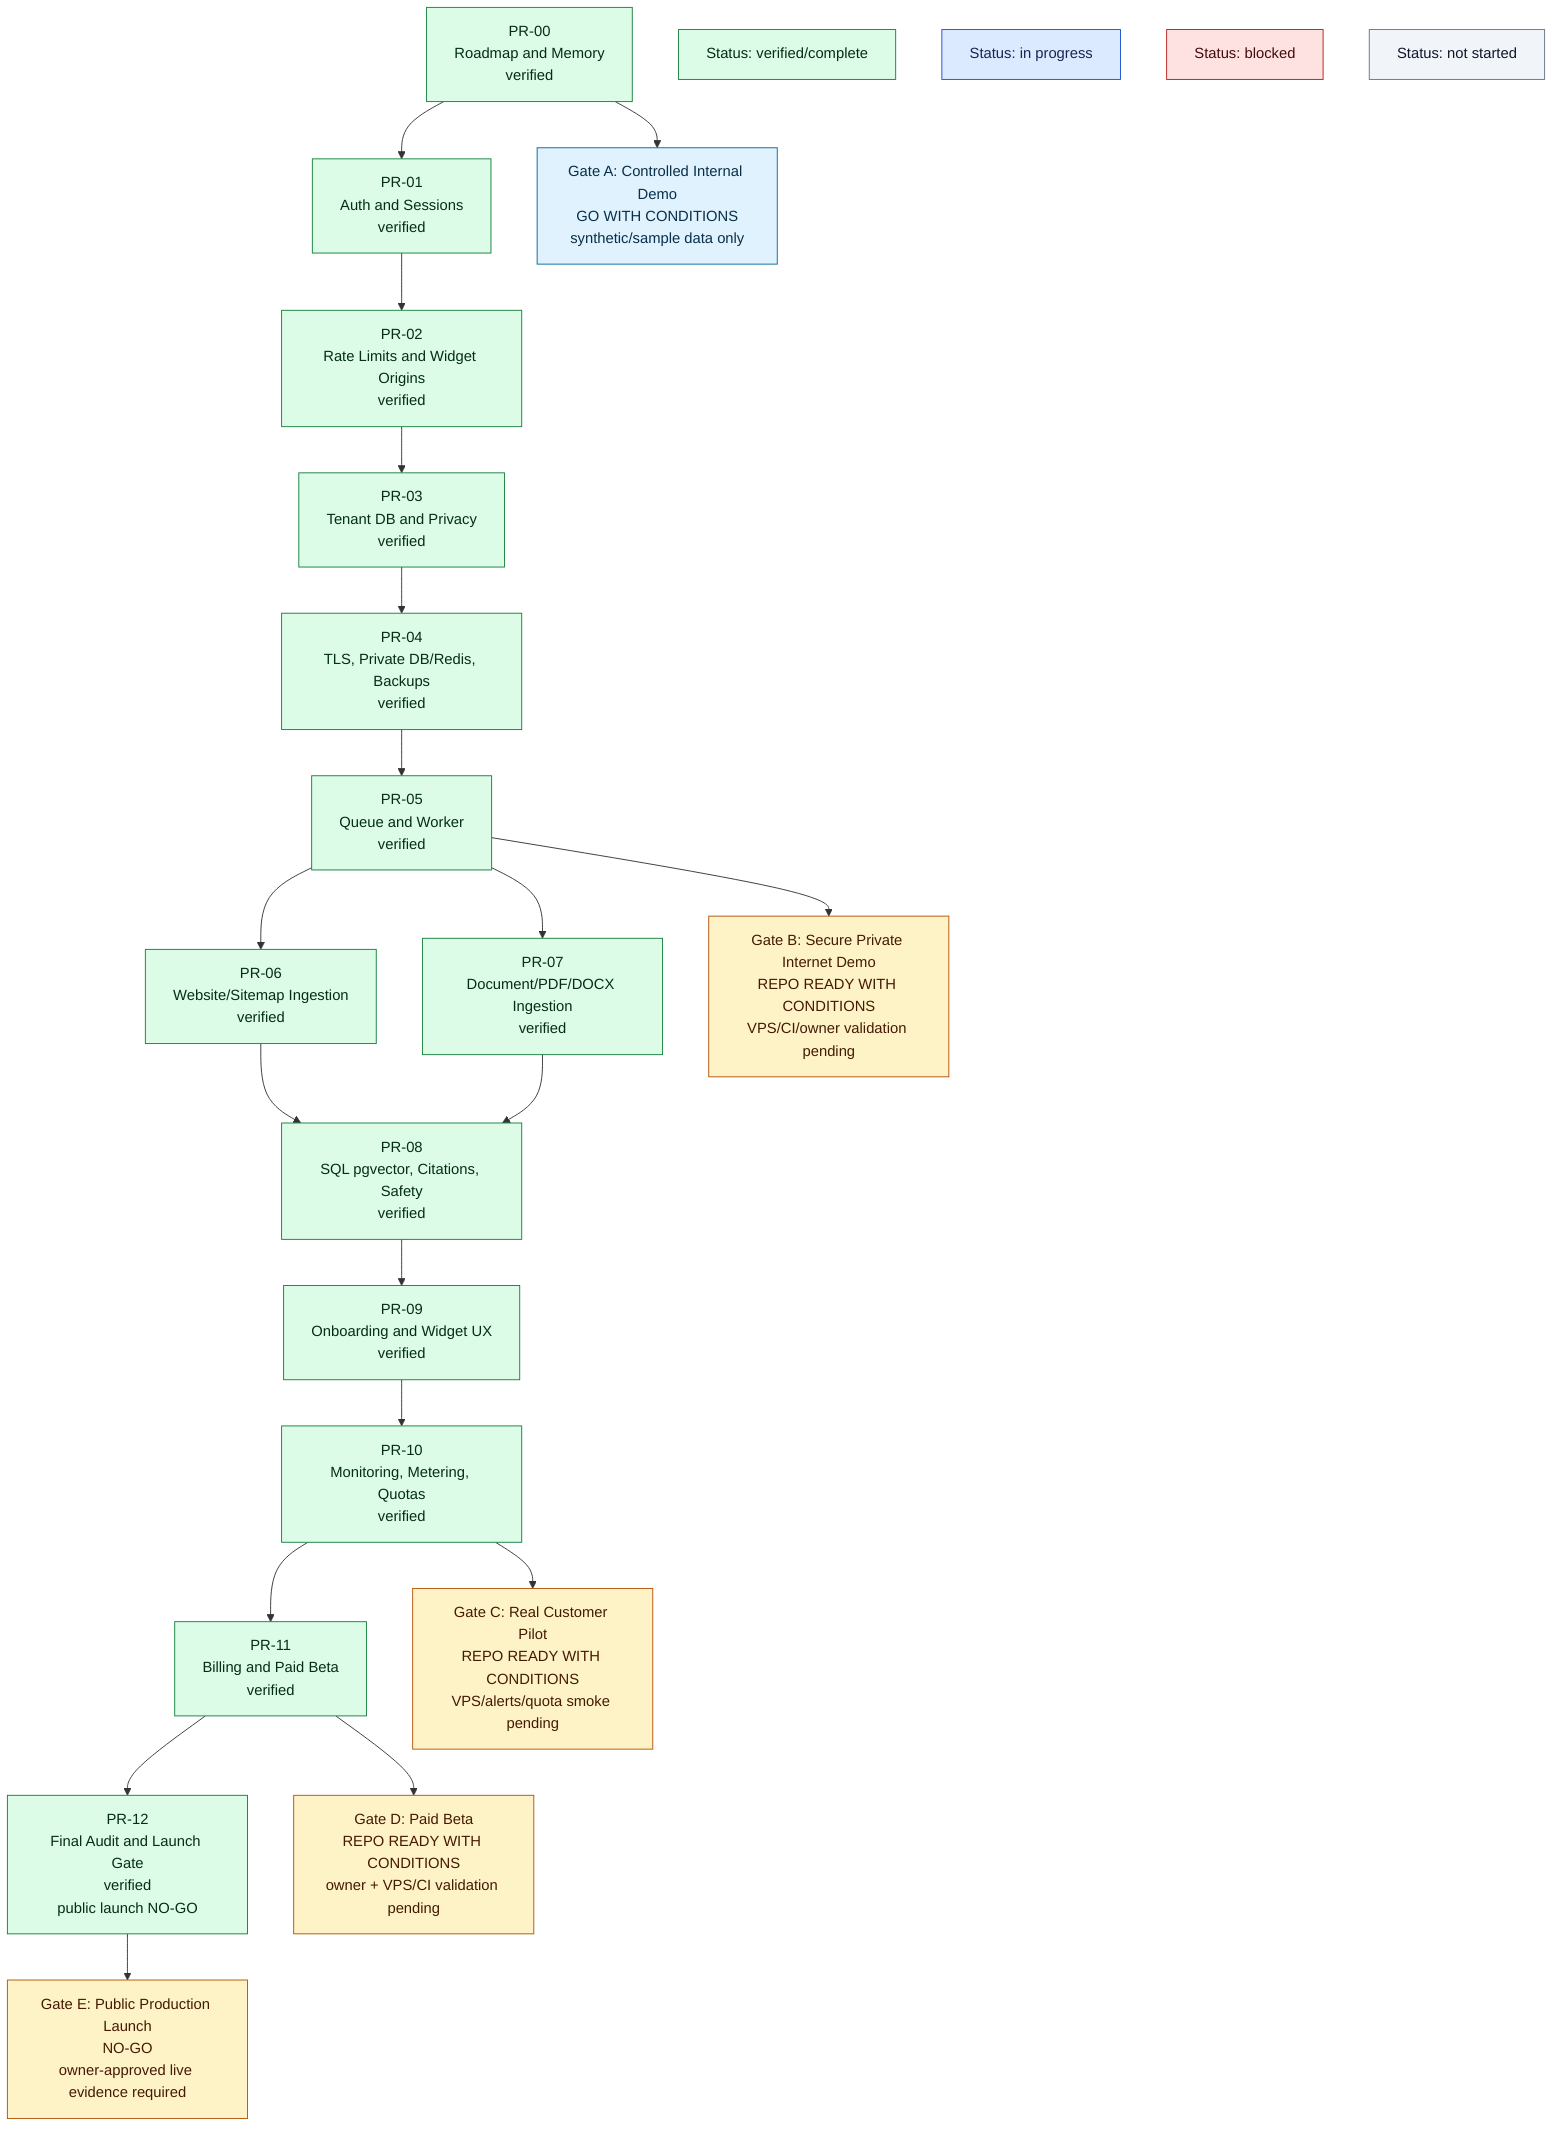
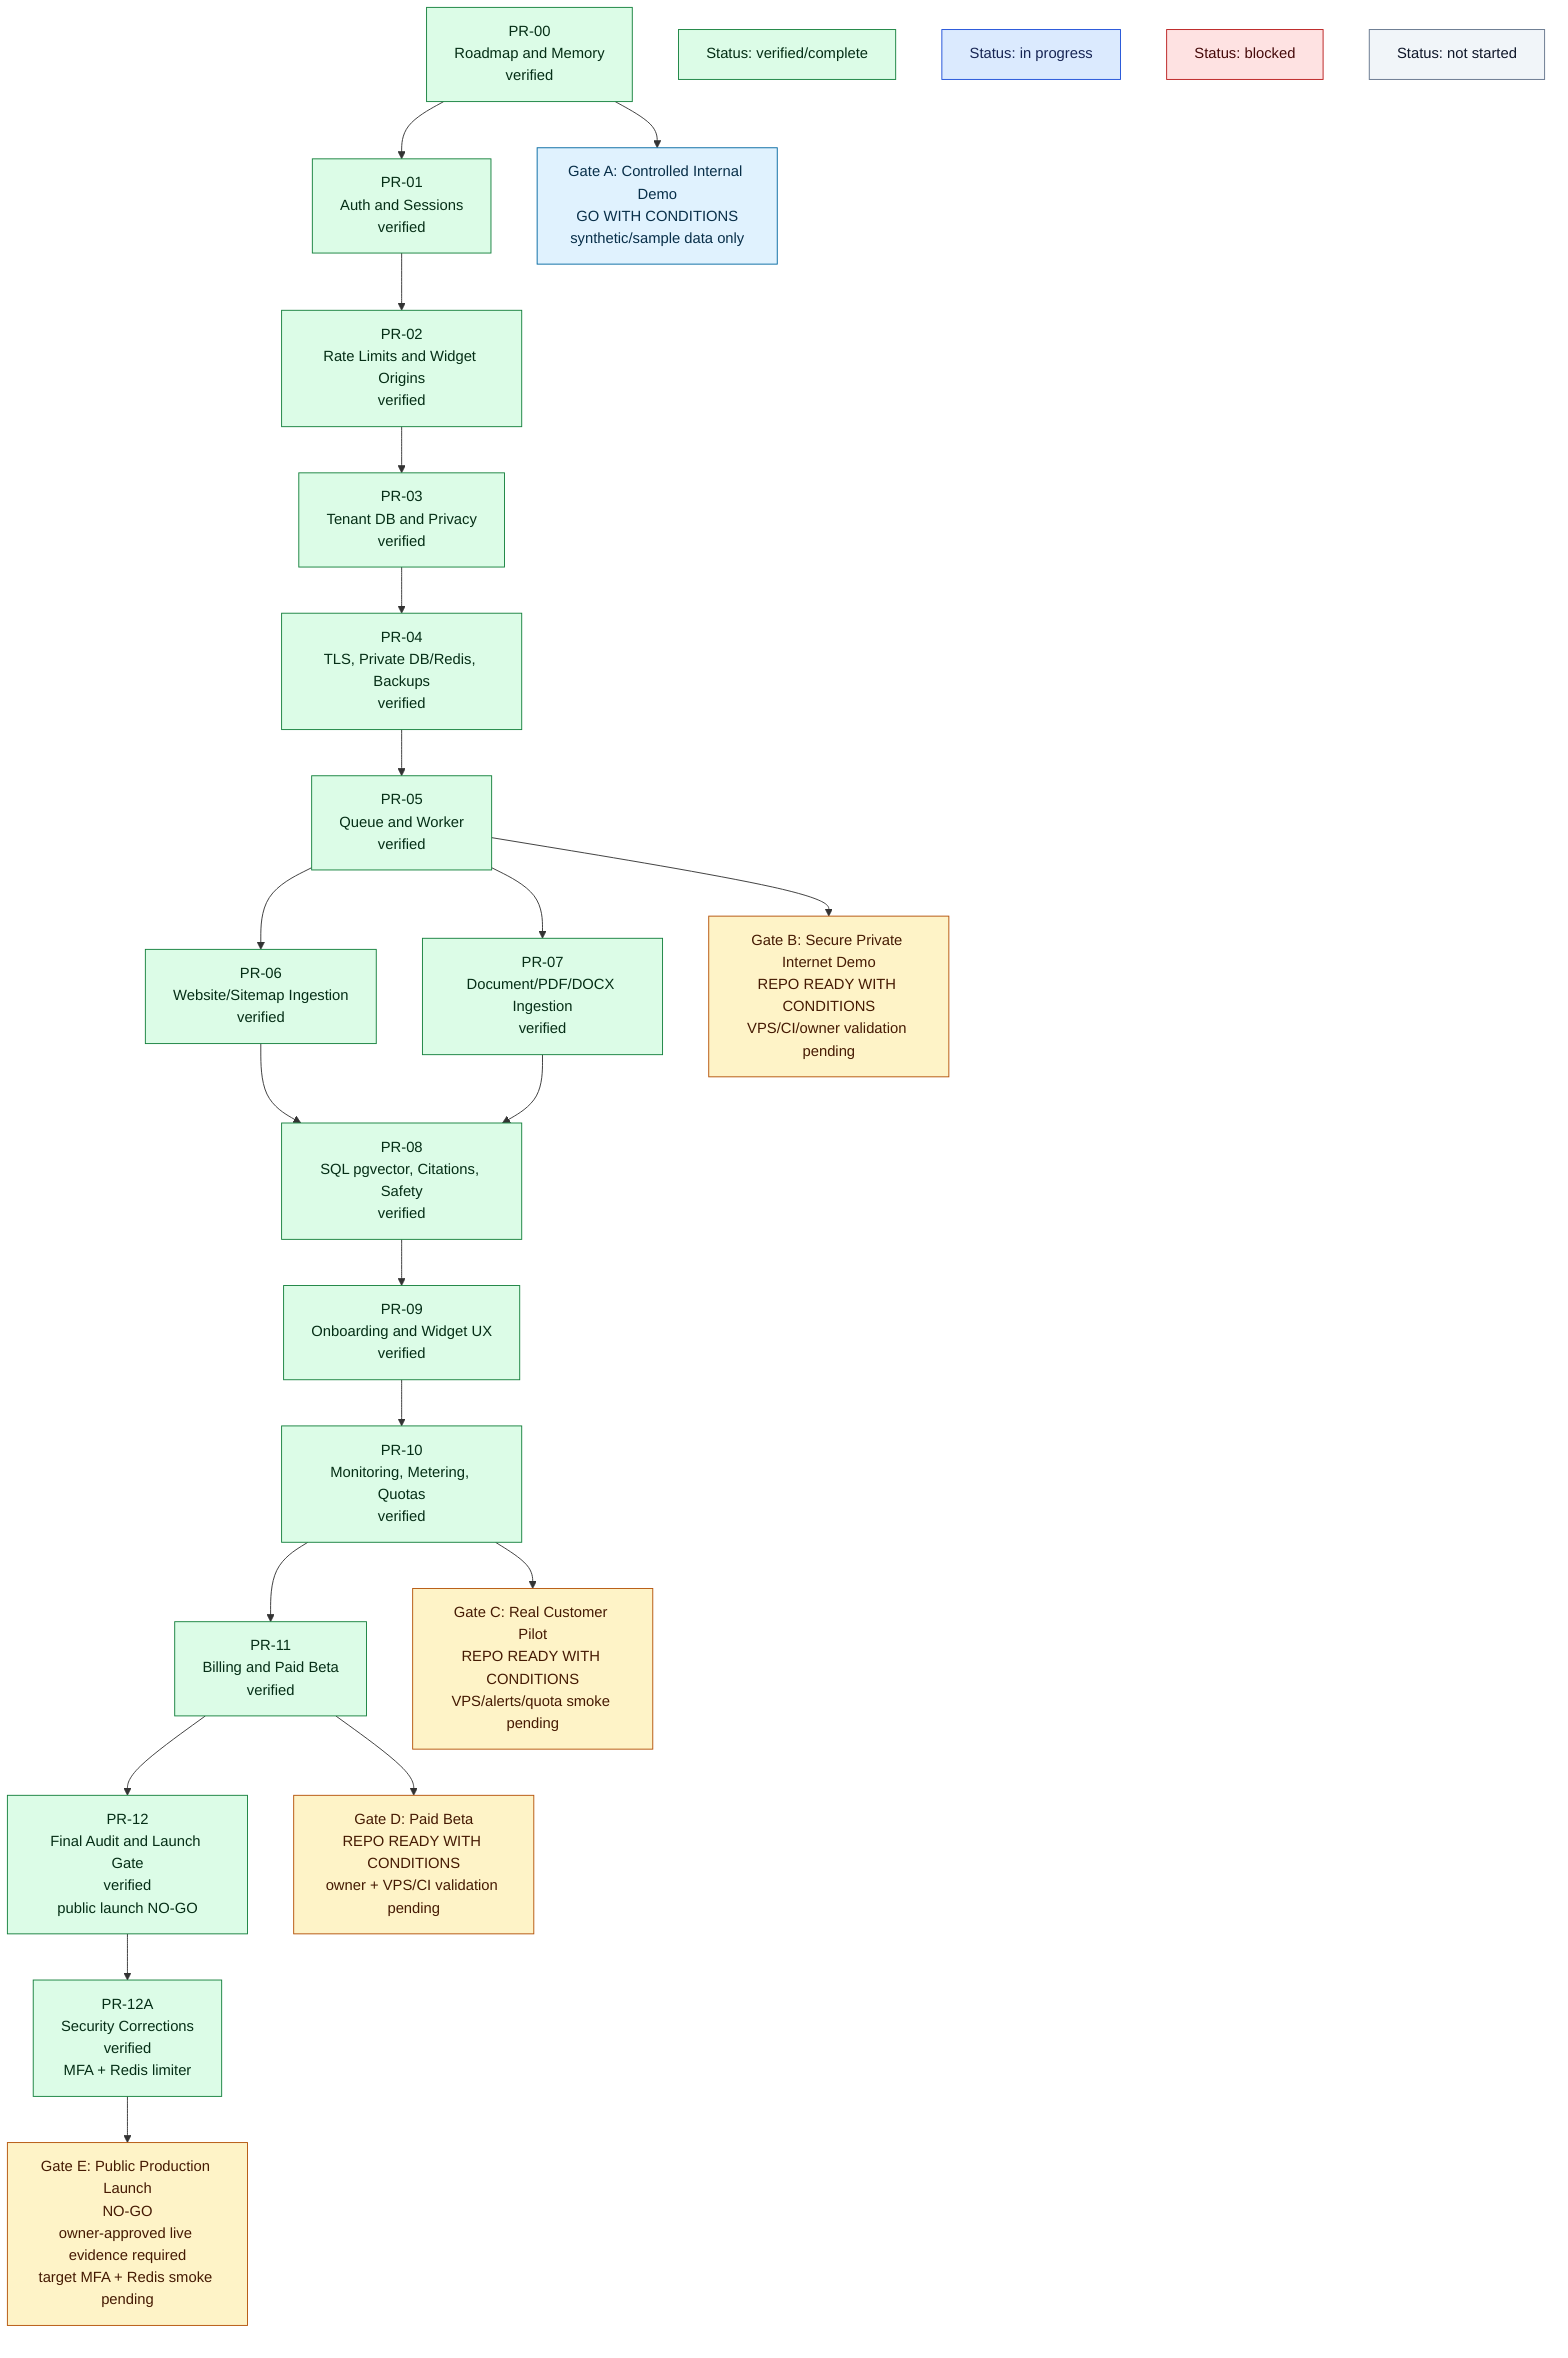
flowchart TB
    PR00["PR-00<br/>Roadmap and Memory<br/>verified"]
    PR01["PR-01<br/>Auth and Sessions<br/>verified"]
    PR02["PR-02<br/>Rate Limits and Widget Origins<br/>verified"]
    PR03["PR-03<br/>Tenant DB and Privacy<br/>verified"]
    PR04["PR-04<br/>TLS, Private DB/Redis, Backups<br/>verified"]
    PR05["PR-05<br/>Queue and Worker<br/>verified"]
    PR06["PR-06<br/>Website/Sitemap Ingestion<br/>verified"]
    PR07["PR-07<br/>Document/PDF/DOCX Ingestion<br/>verified"]
    PR08["PR-08<br/>SQL pgvector, Citations, Safety<br/>verified"]
    PR09["PR-09<br/>Onboarding and Widget UX<br/>verified"]
    PR10["PR-10<br/>Monitoring, Metering, Quotas<br/>verified"]
    PR11["PR-11<br/>Billing and Paid Beta<br/>verified"]
    PR12["PR-12<br/>Final Audit and Launch Gate<br/>verified<br/>public launch NO-GO"]
+     PR12A["PR-12A<br/>Security Corrections<br/>verified<br/>MFA + Redis limiter"]

    GateA["Gate A: Controlled Internal Demo<br/>GO WITH CONDITIONS<br/>synthetic/sample data only"]
    GateB["Gate B: Secure Private Internet Demo<br/>REPO READY WITH CONDITIONS<br/>VPS/CI/owner validation pending"]
    GateC["Gate C: Real Customer Pilot<br/>REPO READY WITH CONDITIONS<br/>VPS/alerts/quota smoke pending"]
    GateD["Gate D: Paid Beta<br/>REPO READY WITH CONDITIONS<br/>owner + VPS/CI validation pending"]
-     GateE["Gate E: Public Production Launch<br/>NO-GO<br/>owner-approved live evidence required"]
+     GateE["Gate E: Public Production Launch<br/>NO-GO<br/>owner-approved live evidence required<br/>target MFA + Redis smoke pending"]
    LegendVerified["Status: verified/complete"]
    LegendProgress["Status: in progress"]
    LegendBlocked["Status: blocked"]
    LegendPending["Status: not started"]

    PR00 --> PR01 --> PR02 --> PR03 --> PR04 --> PR05
    PR05 --> PR06
    PR05 --> PR07
    PR06 --> PR08
    PR07 --> PR08
-     PR08 --> PR09 --> PR10 --> PR11 --> PR12
+     PR08 --> PR09 --> PR10 --> PR11 --> PR12 --> PR12A
    PR00 --> GateA
    PR05 --> GateB
    PR10 --> GateC
    PR11 --> GateD
-     PR12 --> GateE
+     PR12A --> GateE

    classDef verified fill:#dcfce7,stroke:#15803d,color:#052e16
    classDef inProgress fill:#dbeafe,stroke:#1d4ed8,color:#172554
    classDef blocked fill:#fee2e2,stroke:#b91c1c,color:#450a0a
    classDef critical fill:#fee2e2,stroke:#b91c1c,color:#450a0a
    classDef high fill:#ffedd5,stroke:#c2410c,color:#431407
    classDef pending fill:#f1f5f9,stroke:#64748b,color:#0f172a
    classDef gateOk fill:#e0f2fe,stroke:#0369a1,color:#082f49
    classDef gateNo fill:#fef3c7,stroke:#b45309,color:#451a03

-     class PR00,PR01,PR02,PR03,PR04,PR05,PR06,PR07,PR08,PR09,PR10,PR11,PR12 verified
+     class PR00,PR01,PR02,PR03,PR04,PR05,PR06,PR07,PR08,PR09,PR10,PR11,PR12,PR12A verified
    class GateA gateOk
    class GateB,GateC,GateD,GateE gateNo
    class LegendVerified verified
    class LegendProgress inProgress
    class LegendBlocked blocked
    class LegendPending pending
